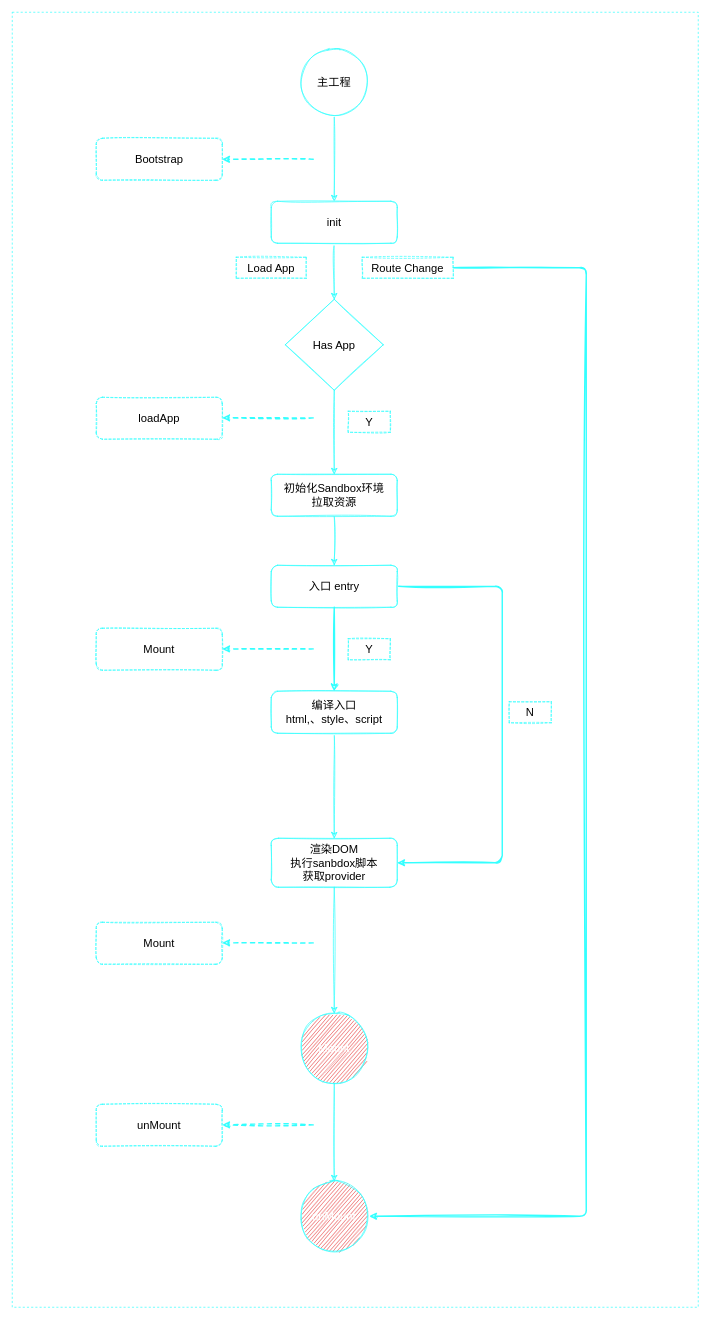
Above: page "生命周期" (1 of 2) of engineering/micro-frontends/images/structure.drawio in Rain120/study-notes (draw.io), before the change. Source tidied: cells renumbered, new cells numbered last; positions are measured from the earlier drawing's top-left corner, leaving out a move shared by most shapes. Both pictures are drawn from the tidied source at 70%, with x=0, y=0 at pixel (12, 12).
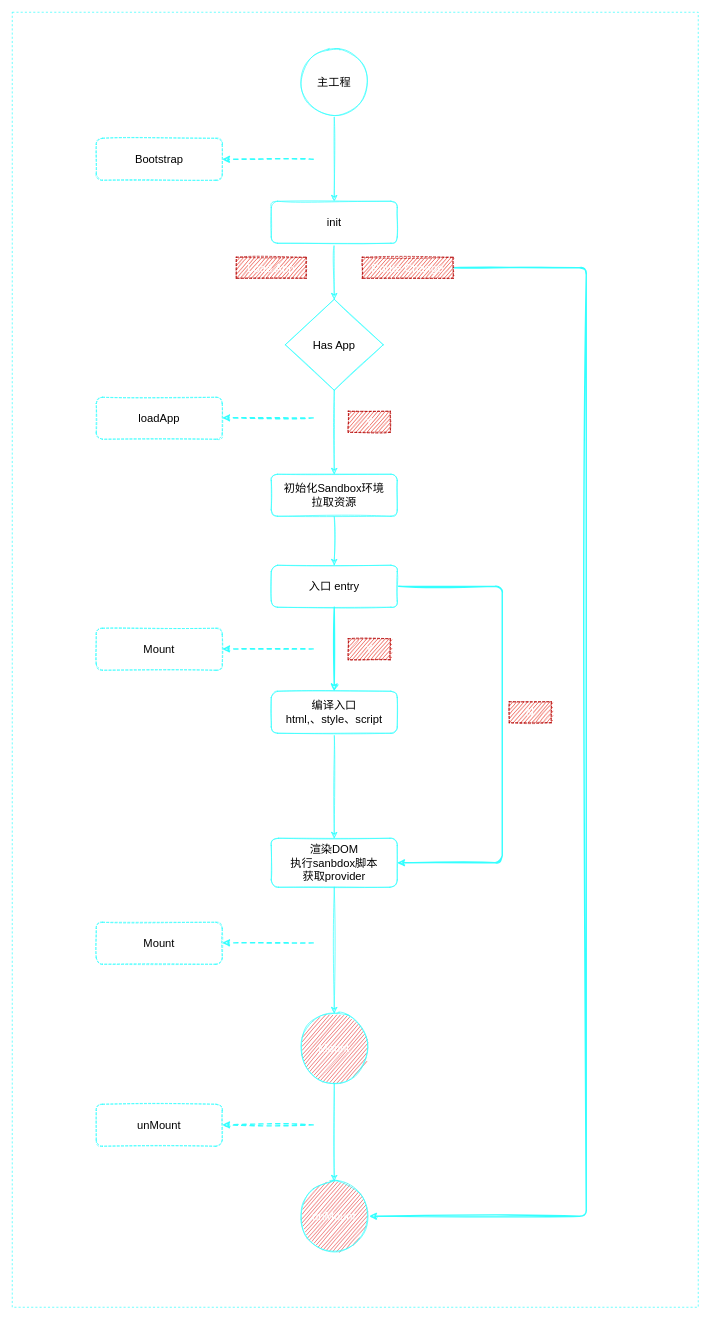
After the change.

Change to the diagram source:
```diff
@@
-    <mxCell id="30" value="Y" style="text;html=1;strokeColor=#33FFFF;fillColor=none;align=center;verticalAlign=middle;whiteSpace=wrap;rounded=0;dashed=1;fontSize=16;sketch=1;shadow=0;" parent="1" vertex="1">
+    <mxCell id="30" value="Y" style="text;html=1;strokeColor=#B20000;fillColor=#e51400;align=center;verticalAlign=middle;whiteSpace=wrap;rounded=0;dashed=1;fontSize=16;sketch=1;shadow=0;fontColor=#ffffff;" parent="1" vertex="1">
       <mxGeometry x="480" y="895" width="60" height="30" as="geometry" />
     </mxCell>
@@
-    <mxCell id="32" value="N" style="text;html=1;strokeColor=#33FFFF;fillColor=none;align=center;verticalAlign=middle;whiteSpace=wrap;rounded=0;dashed=1;fontSize=16;sketch=1;shadow=0;" parent="1" vertex="1">
+    <mxCell id="32" value="N" style="text;html=1;strokeColor=#B20000;fillColor=#e51400;align=center;verticalAlign=middle;whiteSpace=wrap;rounded=0;dashed=1;fontSize=16;sketch=1;shadow=0;fontColor=#ffffff;" parent="1" vertex="1">
       <mxGeometry x="710" y="985" width="60" height="30" as="geometry" />
     </mxCell>
-    <mxCell id="33" value="Y" style="text;html=1;strokeColor=#33FFFF;fillColor=none;align=center;verticalAlign=middle;whiteSpace=wrap;rounded=0;dashed=1;fontSize=16;sketch=1;shadow=0;" parent="1" vertex="1">
+    <mxCell id="33" value="Y" style="text;html=1;strokeColor=#B20000;fillColor=#e51400;align=center;verticalAlign=middle;whiteSpace=wrap;rounded=0;dashed=1;fontSize=16;sketch=1;shadow=0;fontColor=#ffffff;" parent="1" vertex="1">
       <mxGeometry x="480" y="570" width="60" height="30" as="geometry" />
     </mxCell>
-    <mxCell id="34" value="Load App" style="text;html=1;strokeColor=#33FFFF;fillColor=none;align=center;verticalAlign=middle;whiteSpace=wrap;rounded=0;dashed=1;fontSize=16;sketch=1;shadow=0;" parent="1" vertex="1">
+    <mxCell id="34" value="Load App" style="text;html=1;strokeColor=#B20000;fillColor=#e51400;align=center;verticalAlign=middle;whiteSpace=wrap;rounded=0;dashed=1;fontSize=16;sketch=1;shadow=0;fontColor=#ffffff;" parent="1" vertex="1">
       <mxGeometry x="320" y="350" width="100" height="30" as="geometry" />
     </mxCell>
@@
-    <mxCell id="36" value="Route Change" style="text;html=1;strokeColor=#33FFFF;fillColor=none;align=center;verticalAlign=middle;whiteSpace=wrap;rounded=0;dashed=1;fontSize=16;sketch=1;shadow=0;" parent="1" vertex="1">
+    <mxCell id="36" value="Route Change" style="text;html=1;strokeColor=#B20000;fillColor=#e51400;align=center;verticalAlign=middle;whiteSpace=wrap;rounded=0;dashed=1;fontSize=16;sketch=1;shadow=0;fontColor=#ffffff;" parent="1" vertex="1">
       <mxGeometry x="500" y="350" width="130" height="30" as="geometry" />
     </mxCell>
```
